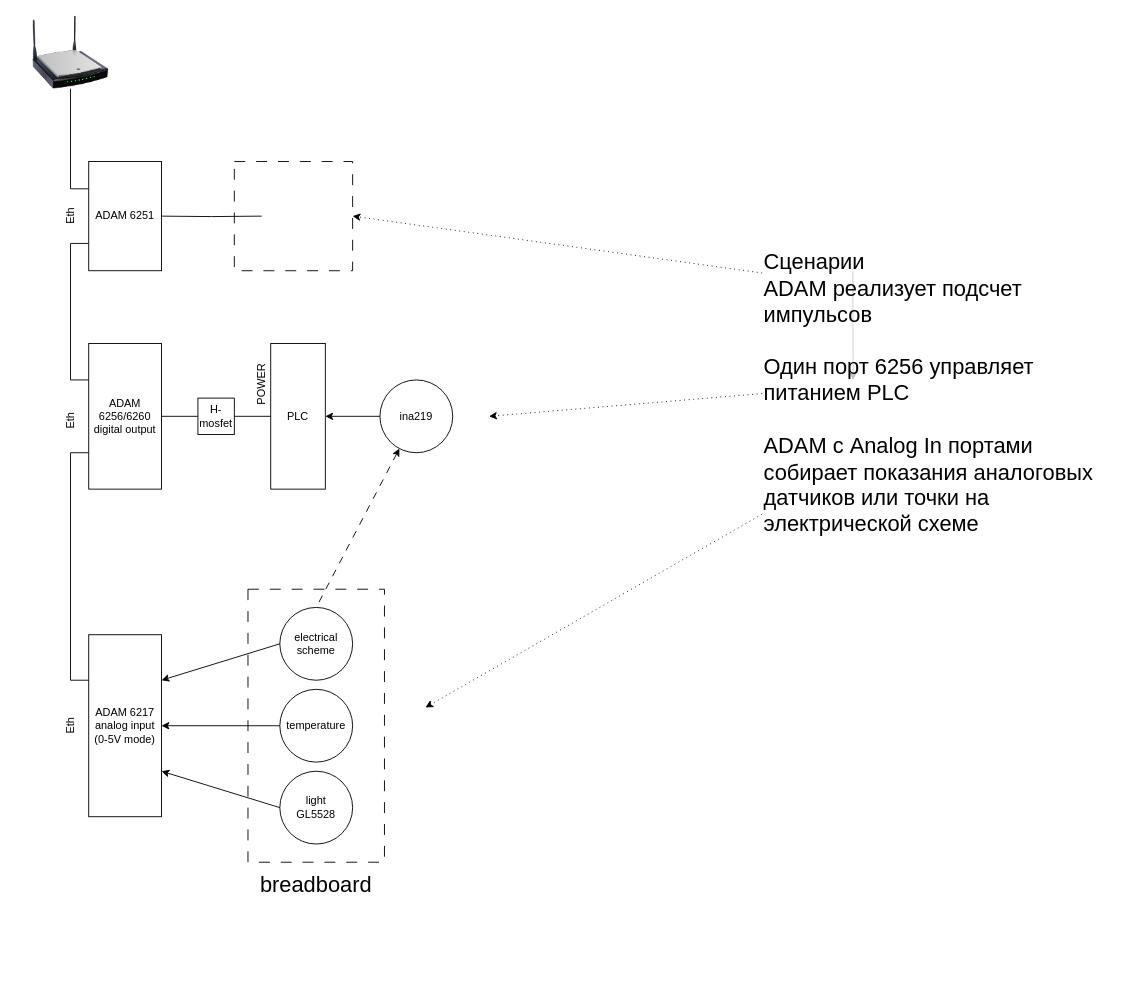
The draw.io diagram page "Страница — 1" (3 of 5) of js/srvADAM/res/ADAM_mqtt_stand.drawio in Nicktonious/HorizonServer, before the edit. Source tidied: cells renumbered, new cells numbered last; positions are measured from the earlier drawing's top-left corner, leaving out a move shared by most shapes. Both pictures are drawn from the tidied source at 91%, with x=0, y=0 at pixel (15, 15).
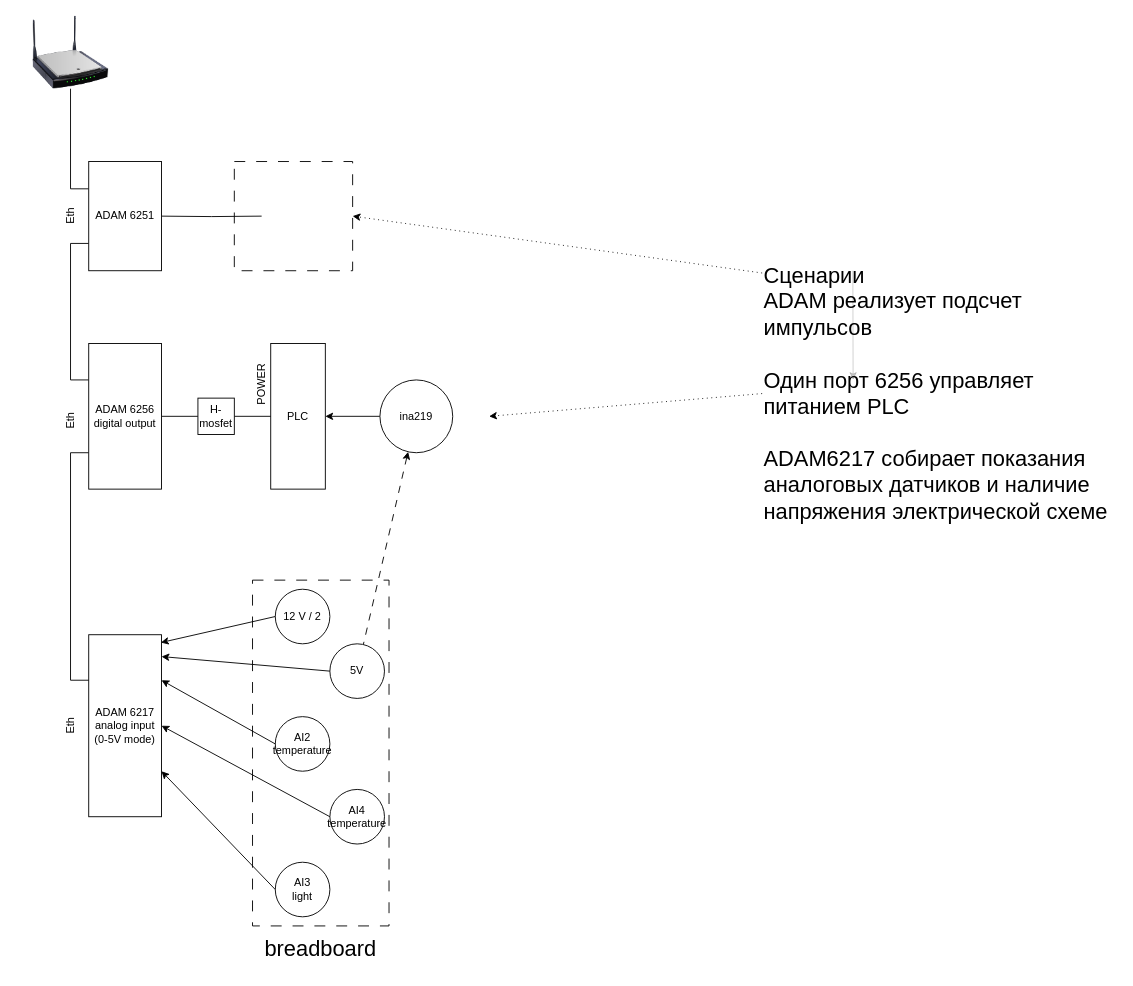
Above is the later version.

Commit message:
обновлена схема стенда

Unchanged cells that the change refers to:
```xml
<mxCell id="4" value="ADAM 6217&lt;br&gt;analog input&lt;br&gt;(0-5V mode)" style="rounded=0;whiteSpace=wrap;html=1;direction=south;" parent="1" vertex="1">
  <mxGeometry x="80" y="680" width="80" height="200" as="geometry" />
</mxCell>
<mxCell id="34" value="ina219" style="ellipse;whiteSpace=wrap;html=1;" parent="1" vertex="1">
  <mxGeometry x="400" y="400" width="80" height="80" as="geometry" />
</mxCell>
```

The edit, as a diff of the source:
```diff
@@
     <mxCell id="3" style="rounded=0;whiteSpace=wrap;html=1;fillColor=none;dashed=1;dashPattern=12 12;" parent="1" vertex="1">
-      <mxGeometry x="255" y="630" width="150" height="300" as="geometry" />
+      <mxGeometry x="260" y="620" width="150" height="380" as="geometry" />
     </mxCell>
@@
-    <mxCell id="5" value="electrical scheme" style="ellipse;whiteSpace=wrap;html=1;" parent="1" vertex="1">
-      <mxGeometry x="290" y="650" width="80" height="80" as="geometry" />
+    <mxCell id="5" value="AI2&lt;br&gt;temperature" style="ellipse;whiteSpace=wrap;html=1;" parent="1" vertex="1">
+      <mxGeometry x="285" y="770" width="60" height="60" as="geometry" />
     </mxCell>
-    <mxCell id="6" value="temperature" style="ellipse;whiteSpace=wrap;html=1;direction=south;" parent="1" vertex="1">
-      <mxGeometry x="290" y="740" width="80" height="80" as="geometry" />
+    <mxCell id="6" value="AI4&lt;br&gt;temperature" style="ellipse;whiteSpace=wrap;html=1;direction=south;" parent="1" vertex="1">
+      <mxGeometry x="345" y="850" width="60" height="60" as="geometry" />
     </mxCell>
@@
-    <mxCell id="16" style="rounded=0;jettySize=auto;html=1;exitX=0;exitY=0.75;exitDx=0;exitDy=0;dashed=1;dashPattern=1 4;" parent="1" edge="1" source="17">
-      <mxGeometry relative="1" as="geometry">
-        <mxPoint x="450" y="760" as="targetPoint" />
-      </mxGeometry>
-    </mxCell>
-    <mxCell id="17" value="&lt;font style=&quot;font-size: 24px;&quot;&gt;Сценарии&lt;br&gt;ADAM реализует подсчет импульсов&lt;br&gt;&lt;br&gt;Один порт 6256 управляет питанием PLC&lt;br&gt;&lt;br&gt;ADAM с Analog In портами собирает показания аналоговых датчиков или точки на электрической схеме&amp;nbsp;&lt;/font&gt;" style="text;html=1;align=left;verticalAlign=middle;whiteSpace=wrap;rounded=0;" parent="1" vertex="1">
+    <mxCell id="17" value="&lt;font style=&quot;font-size: 24px;&quot;&gt;Сценарии&lt;br&gt;ADAM реализует подсчет импульсов&lt;br&gt;&lt;br&gt;Один порт 6256 управляет питанием PLC&lt;br&gt;&lt;br&gt;ADAM6217 собирает показания аналоговых датчиков и наличие напряжения электрической схеме&amp;nbsp;&lt;/font&gt;" style="text;html=1;align=left;verticalAlign=middle;whiteSpace=wrap;rounded=0;" parent="1" vertex="1">
       <mxGeometry x="820" y="150" width="391" height="530" as="geometry" />
     </mxCell>
-    <mxCell id="18" value="light&lt;br&gt;GL5528" style="ellipse;whiteSpace=wrap;html=1;direction=south;" parent="1" vertex="1">
-      <mxGeometry x="290" y="830" width="80" height="80" as="geometry" />
+    <mxCell id="18" value="AI3&lt;br&gt;light" style="ellipse;whiteSpace=wrap;html=1;direction=south;" parent="1" vertex="1">
+      <mxGeometry x="285" y="930" width="60" height="60" as="geometry" />
     </mxCell>
@@
     <mxCell id="20" value="&lt;div style=&quot;text-align: left;&quot;&gt;&lt;span style=&quot;background-color: transparent; color: light-dark(rgb(0, 0, 0), rgb(255, 255, 255)); font-size: 24px; text-wrap-mode: nowrap;&quot;&gt;breadboard&lt;/span&gt;&lt;/div&gt;" style="text;html=1;align=center;verticalAlign=middle;whiteSpace=wrap;rounded=0;" parent="1" vertex="1">
-      <mxGeometry x="255" y="930" width="150" height="50" as="geometry" />
+      <mxGeometry x="260" y="1000" width="150" height="50" as="geometry" />
     </mxCell>
@@
-    <mxCell id="23" value="ADAM 6256/6260&lt;br&gt;digital output" style="rounded=0;whiteSpace=wrap;html=1;direction=south;" parent="1" vertex="1">
+    <mxCell id="23" value="ADAM 6256&lt;br&gt;digital output" style="rounded=0;whiteSpace=wrap;html=1;direction=south;" parent="1" vertex="1">
       <mxGeometry x="80" y="360" width="80" height="160" as="geometry" />
     </mxCell>
@@
-    <mxCell id="33" style="rounded=0;jettySize=auto;html=1;entryX=0.5;entryY=0;entryDx=0;entryDy=0;endArrow=none;startFill=1;startArrow=classic;dashed=1;dashPattern=8 8;" parent="1" edge="1" source="34" target="5">
+    <mxCell id="33" style="rounded=0;jettySize=auto;html=1;endArrow=none;startFill=1;startArrow=classic;dashed=1;dashPattern=8 8;" parent="1" edge="1" source="34" target="35">
       <mxGeometry relative="1" as="geometry" />
     </mxCell>
@@
+    <mxCell id="35" value="5V" style="ellipse;whiteSpace=wrap;html=1;" parent="1" vertex="1">
+      <mxGeometry x="345" y="690" width="60" height="60" as="geometry" />
+    </mxCell>
+    <mxCell id="36" value="12 V / 2" style="ellipse;whiteSpace=wrap;html=1;" parent="1" vertex="1">
+      <mxGeometry x="285" y="630" width="60" height="60" as="geometry" />
+    </mxCell>
+    <mxCell id="37" style="endArrow=classic;html=1;rounded=0;exitX=0;exitY=0.5;exitDx=0;exitDy=0;entryX=0.12;entryY=0;entryDx=0;entryDy=0;entryPerimeter=0;" parent="1" edge="1" source="35" target="4">
+      <mxGeometry relative="1" as="geometry" />
+    </mxCell>
+    <mxCell id="38" style="endArrow=classic;html=1;rounded=0;exitX=0;exitY=0.5;exitDx=0;exitDy=0;entryX=0.043;entryY=0.008;entryDx=0;entryDy=0;entryPerimeter=0;" parent="1" edge="1" source="36" target="4">
+      <mxGeometry relative="1" as="geometry" />
+    </mxCell>
```
